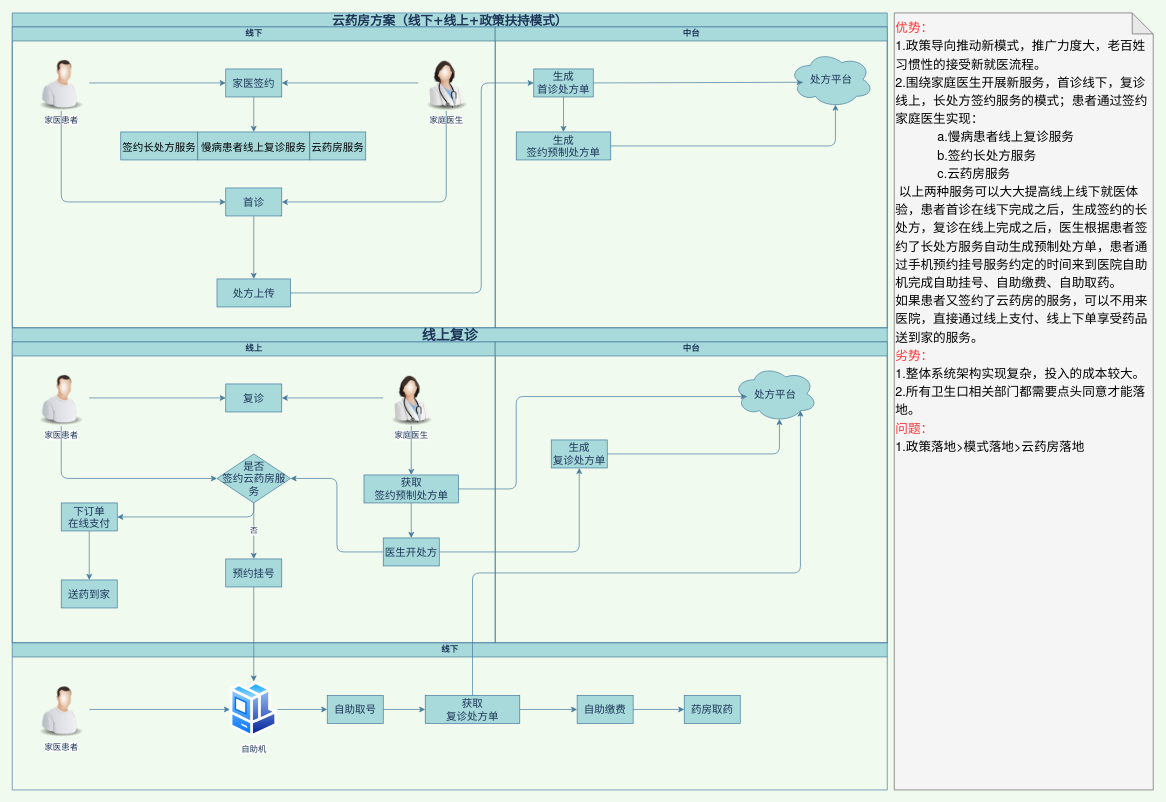
cssyusyu/MyDesignDocument keeps this draw.io diagram as page "方案3" (4 of 4) of designChart/微医_流程图_云药房.drawio. Above is the earlier version. Source tidied: cells renumbered, new cells numbered last; positions are measured from the earlier drawing's top-left corner, leaving out a move shared by most shapes. Both pictures are drawn from the tidied source at 70%, with x=0, y=0 at pixel (12, 13).
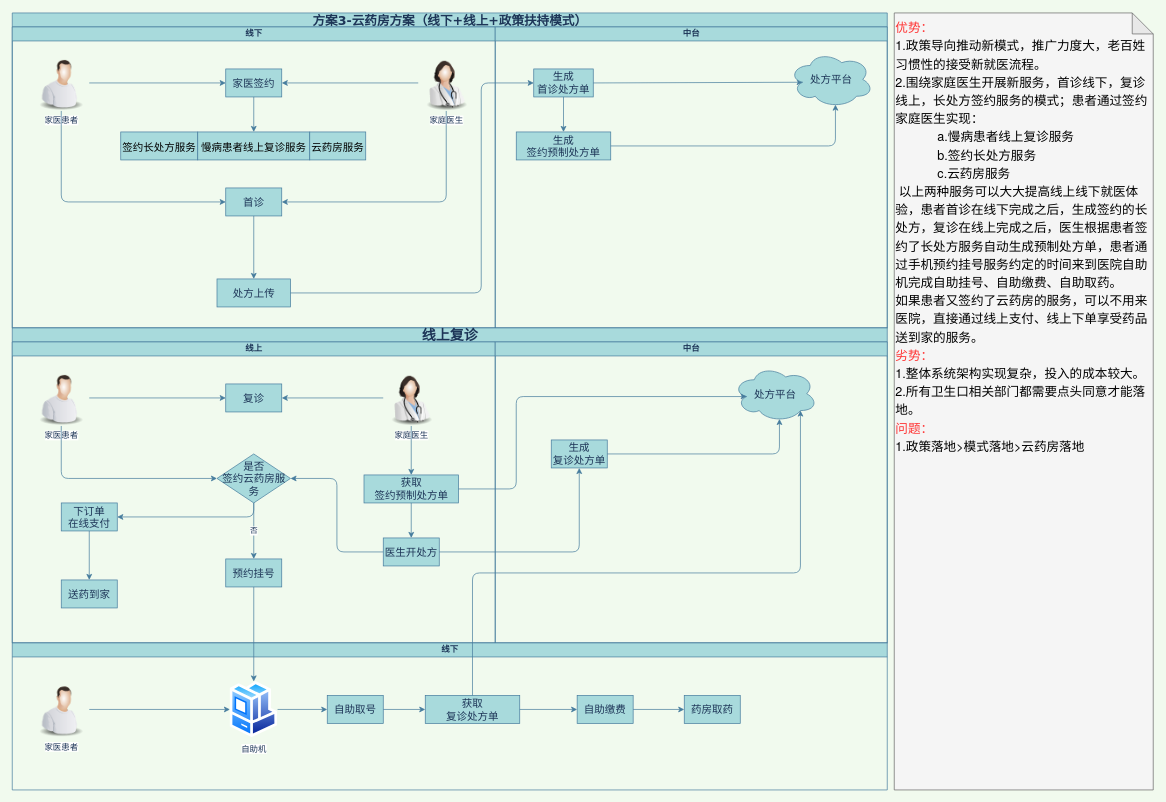
Above is the later version.

Change to the diagram source:
```diff
@@
-    <mxCell id="2" value="&lt;font style=&quot;font-size: 18px&quot;&gt;云药房方案（线下+线上+政策扶持模式）&lt;/font&gt;" style="swimlane;html=1;startSize=20;shadow=0;labelBackgroundColor=none;strokeWidth=1;fontFamily=Verdana;fontSize=8;align=center;fillColor=#A8DADC;strokeColor=#457B9D;fontColor=#1D3557;" parent="1" vertex="1">
+    <mxCell id="2" value="&lt;font style=&quot;font-size: 18px&quot;&gt;方案3-云药房方案（线下+线上+政策扶持模式）&lt;/font&gt;" style="swimlane;html=1;startSize=20;shadow=0;labelBackgroundColor=none;strokeWidth=1;fontFamily=Verdana;fontSize=8;align=center;fillColor=#A8DADC;strokeColor=#457B9D;fontColor=#1D3557;" parent="1" vertex="1">
       <mxGeometry width="1250" height="450" as="geometry" />
     </mxCell>
```
